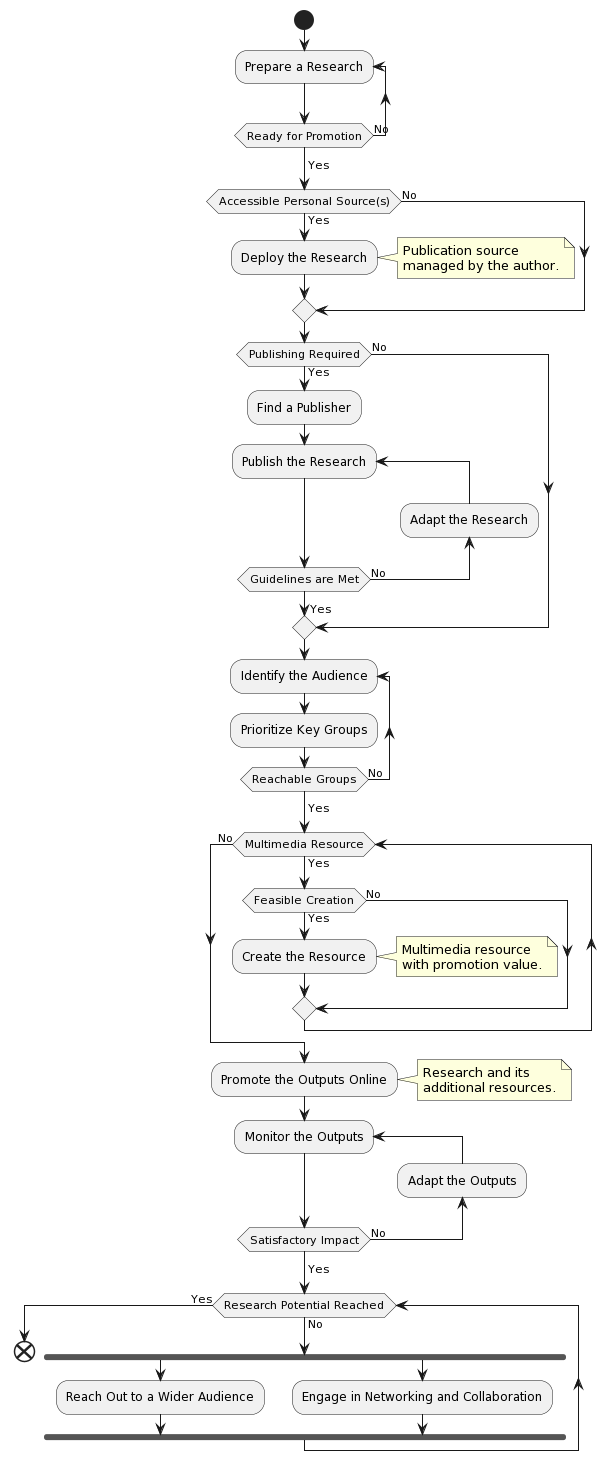
The PlantUML diagram diagrams/research-promotion/research-promotion.png in khasanshadiyarov/ABC, before a commit.
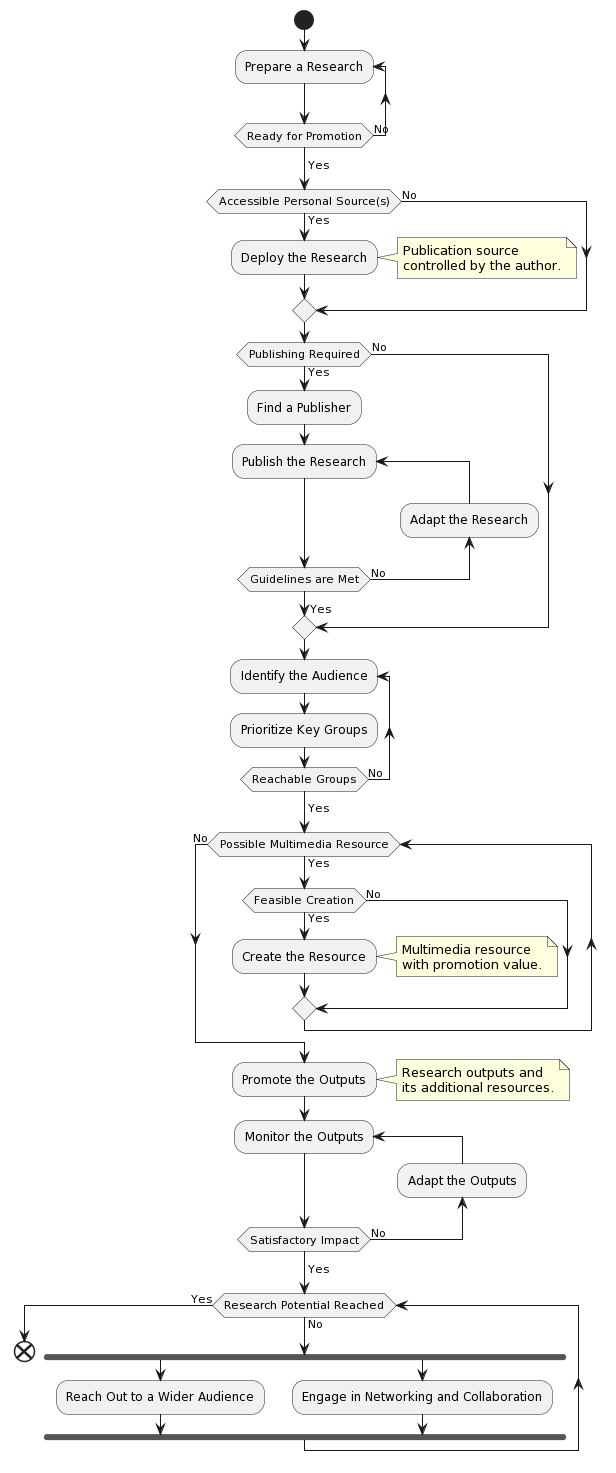
After the change.

The edit, as a diff of the source:
```diff
@@ -7,7 +7,7 @@
     :Deploy the Research;
     note right
         Publication source
-        managed by the author.
+        controlled by the author.
     endnote
 else (No)
 endif
@@ -23,7 +23,7 @@
 :Prioritize Key Groups;
 repeat while (Reachable Groups) is (No)
 ->Yes;
-while (Multimedia Resource) is (Yes)
+while (Possible Multimedia Resource) is (Yes)
     if (Feasible Creation) then (Yes)
         :Create the Resource;
         note right
@@ -33,10 +33,10 @@
     else (No)
     endif
 endwhile (No)
-:Promote the Outputs Online;
+:Promote the Outputs;
 note right
-    Research and its
-    additional resources.
+    Research outputs and
+    its additional resources.
 endnote
 repeat :Monitor the Outputs;
 backward:Adapt the Outputs;
```
